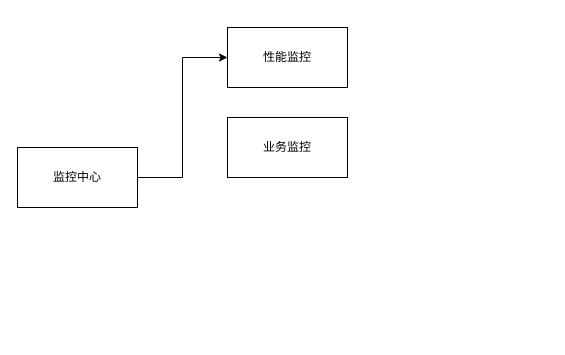
This is page "第 3 页" (3 of 3) of picture/xintong.drawio from cruecrue/javastudy, a draw.io file, before an edit. Source tidied: cells renumbered, new cells numbered last; positions are measured from the earlier drawing's top-left corner, leaving out a move shared by most shapes. Both pictures are drawn from the tidied source at 100%, with x=0, y=0 at pixel (17, 27).
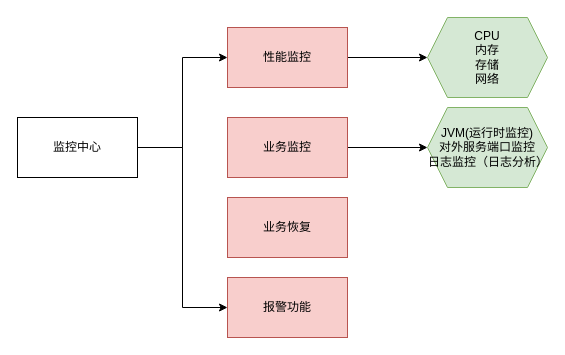
Above is the later version.

Diff of the diagram source:
```diff
@@
 <mxGraphModel>
   <root>
     <mxCell id="0" />
     <mxCell id="1" parent="0" />
     <mxCell id="2" style="edgeStyle=orthogonalEdgeStyle;rounded=0;jettySize=auto;html=1;entryX=0;entryY=0.5;entryDx=0;entryDy=0;" parent="1" edge="1" source="3" target="4">
       <mxGeometry relative="1" as="geometry" />
     </mxCell>
+    <mxCell id="6" style="edgeStyle=orthogonalEdgeStyle;rounded=0;jettySize=auto;html=1;entryX=0;entryY=0.5;entryDx=0;entryDy=0;" parent="1" edge="1" source="3" target="11">
+      <mxGeometry relative="1" as="geometry" />
+    </mxCell>
     <mxCell id="3" value="监控中心" style="rounded=0;whiteSpace=wrap;html=1;" parent="1" vertex="1">
-      <mxGeometry y="120" width="120" height="60" as="geometry" />
+      <mxGeometry y="90" width="120" height="60" as="geometry" />
     </mxCell>
+    <mxCell id="7" style="edgeStyle=orthogonalEdgeStyle;rounded=0;jettySize=auto;html=1;" parent="1" edge="1" source="4" target="9">
+      <mxGeometry relative="1" as="geometry" />
+    </mxCell>
-    <mxCell id="4" value="性能监控" style="whiteSpace=wrap;html=1;rounded=0;" parent="1" vertex="1">
+    <mxCell id="4" value="性能监控" style="whiteSpace=wrap;html=1;rounded=0;fillColor=#f8cecc;strokeColor=#b85450;" parent="1" vertex="1">
       <mxGeometry x="210" width="120" height="60" as="geometry" />
     </mxCell>
+    <mxCell id="8" style="edgeStyle=orthogonalEdgeStyle;rounded=0;jettySize=auto;html=1;" parent="1" edge="1" source="5" target="10">
+      <mxGeometry relative="1" as="geometry" />
+    </mxCell>
-    <mxCell id="5" value="业务监控" style="whiteSpace=wrap;html=1;rounded=0;" parent="1" vertex="1">
+    <mxCell id="5" value="业务监控" style="whiteSpace=wrap;html=1;rounded=0;fillColor=#f8cecc;strokeColor=#b85450;" parent="1" vertex="1">
       <mxGeometry x="210" y="90" width="120" height="60" as="geometry" />
     </mxCell>
+    <mxCell id="9" value="CPU&lt;br&gt;内存&lt;br&gt;存储&lt;br&gt;网络" style="shape=hexagon;perimeter=hexagonPerimeter2;whiteSpace=wrap;html=1;fixedSize=1;rounded=0;fillColor=#d5e8d4;strokeColor=#82b366;" parent="1" vertex="1">
+      <mxGeometry x="410" y="-10" width="120" height="80" as="geometry" />
+    </mxCell>
+    <mxCell id="10" value="JVM(运行时监控)&lt;br&gt;对外服务端口监控&lt;br&gt;日志监控（日志分析）" style="shape=hexagon;perimeter=hexagonPerimeter2;whiteSpace=wrap;html=1;fixedSize=1;rounded=0;fillColor=#d5e8d4;strokeColor=#82b366;" parent="1" vertex="1">
+      <mxGeometry x="410" y="80" width="120" height="80" as="geometry" />
+    </mxCell>
+    <mxCell id="11" value="报警功能" style="whiteSpace=wrap;html=1;rounded=0;fillColor=#f8cecc;strokeColor=#b85450;" parent="1" vertex="1">
+      <mxGeometry x="210" y="250" width="120" height="60" as="geometry" />
+    </mxCell>
+    <mxCell id="12" value="业务恢复" style="whiteSpace=wrap;html=1;rounded=0;fillColor=#f8cecc;strokeColor=#b85450;" parent="1" vertex="1">
+      <mxGeometry x="210" y="170" width="120" height="60" as="geometry" />
+    </mxCell>
   </root>
 </mxGraphModel>
```
